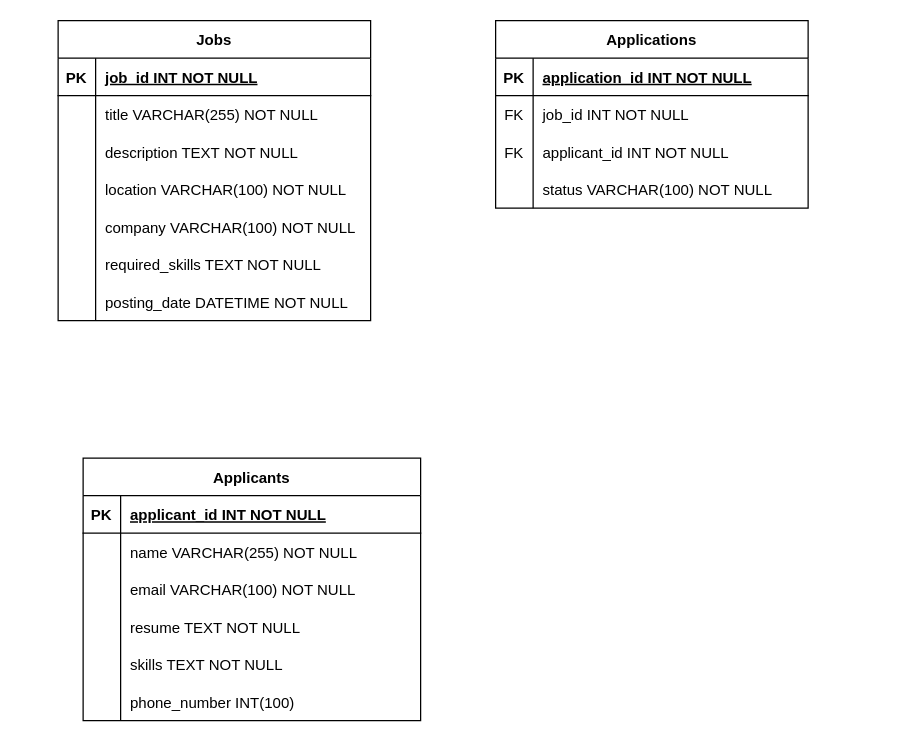
This is JobManagement.drawio from bhargav1997/Easy-Fill, a draw.io file, before an edit. Source tidied: cells renumbered, new cells numbered last; positions are measured from the earlier drawing's top-left corner, leaving out a move shared by most shapes. Both pictures are drawn from the tidied source at 125%, with x=0, y=0 at pixel (58, 20).
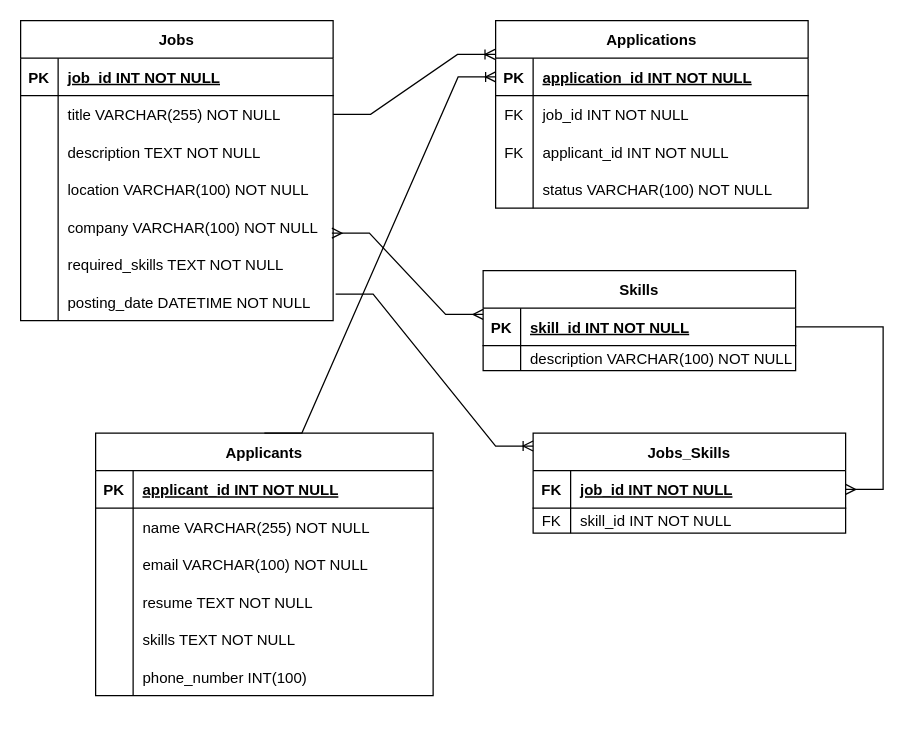
The same diagram, later.

Unchanged cells that the change refers to:
```xml
<mxCell id="6" style="shape=partialRectangle;fillColor=none;points=[[0,0.5],[1,0.5]];portConstraint=eastwest;top=0;left=0;right=0;bottom=0;" parent="2" vertex="1">
  <mxGeometry y="60" width="250" height="30" as="geometry" />
</mxCell>
<mxCell id="21" style="shape=partialRectangle;fillColor=none;points=[[0,0.5],[1,0.5]];portConstraint=eastwest;top=0;left=0;right=0;bottom=0;" parent="2" vertex="1">
  <mxGeometry y="210" width="250" height="30" as="geometry" />
</mxCell>
<mxCell id="44" style="shape=partialRectangle;fillColor=none;points=[[0,0.5],[1,0.5]];portConstraint=eastwest;top=0;left=0;right=0;bottom=1;" parent="43" vertex="1">
  <mxGeometry y="30" width="250" height="30" as="geometry" />
</mxCell>
```

The edit, as a diff of the source:
```diff
@@
     <mxCell id="2" value="Jobs" style="shape=table;startSize=30;childLayout=tableLayout;rowLines=0;fontStyle=1;align=center;" parent="1" vertex="1">
-      <mxGeometry width="250" height="240" as="geometry" />
+      <mxGeometry x="-30" width="250" height="240" as="geometry" />
     </mxCell>
@@
     <mxCell id="24" value="Applicants" style="shape=table;startSize=30;childLayout=tableLayout;rowLines=0;fontStyle=1;align=center;" parent="1" vertex="1">
-      <mxGeometry x="20" y="350" width="270" height="210" as="geometry" />
+      <mxGeometry x="30" y="330" width="270" height="210" as="geometry" />
     </mxCell>
@@
+    <mxCell id="56" style="edgeStyle=entityRelationEdgeStyle;fontSize=12;html=1;endArrow=ERoneToMany;rounded=0;exitX=0.5;exitY=0;exitDx=0;exitDy=0;entryX=0;entryY=0.5;entryDx=0;entryDy=0;" parent="1" edge="1" source="24" target="44">
+      <mxGeometry relative="1" as="geometry" />
+    </mxCell>
+    <mxCell id="57" value="Skills" style="shape=table;startSize=30;childLayout=tableLayout;rowLines=0;fontStyle=1;align=center;" parent="1" vertex="1">
+      <mxGeometry x="340" y="200" width="250" height="80" as="geometry" />
+    </mxCell>
+    <mxCell id="58" style="shape=partialRectangle;fillColor=none;points=[[0,0.5],[1,0.5]];portConstraint=eastwest;top=0;left=0;right=0;bottom=1;" parent="57" vertex="1">
+      <mxGeometry y="30" width="250" height="30" as="geometry" />
+    </mxCell>
+    <mxCell id="59" value="PK" style="shape=partialRectangle;overflow=hidden;fillColor=none;top=0;left=0;bottom=0;right=0;fontStyle=1;" parent="58" vertex="1">
+      <mxGeometry width="30" height="30" as="geometry" />
+    </mxCell>
+    <mxCell id="60" value="skill_id INT NOT NULL " style="shape=partialRectangle;overflow=hidden;fillColor=none;top=0;left=0;bottom=0;right=0;align=left;spacingLeft=6;fontStyle=5;" parent="58" vertex="1">
+      <mxGeometry x="30" width="220" height="30" as="geometry" />
+    </mxCell>
+    <mxCell id="61" style="shape=partialRectangle;fillColor=none;top=0;left=0;right=0;bottom=0;" parent="57" vertex="1">
+      <mxGeometry y="60" width="250" height="20" as="geometry" />
+    </mxCell>
+    <mxCell id="62" style="shape=partialRectangle;overflow=hidden;fillColor=none;top=0;left=0;bottom=0;right=0;" parent="61" vertex="1">
+      <mxGeometry width="30" height="20" as="geometry" />
+    </mxCell>
+    <mxCell id="63" value="description VARCHAR(100) NOT NULL" style="shape=partialRectangle;overflow=hidden;fillColor=none;top=0;left=0;bottom=0;right=0;align=left;spacingLeft=6;" parent="61" vertex="1">
+      <mxGeometry x="30" width="220" height="20" as="geometry" />
+    </mxCell>
+    <mxCell id="64" value="Jobs_Skills" style="shape=table;startSize=30;childLayout=tableLayout;rowLines=0;fontStyle=1;align=center;" parent="1" vertex="1">
+      <mxGeometry x="380" y="330" width="250" height="80" as="geometry" />
+    </mxCell>
+    <mxCell id="65" style="shape=partialRectangle;fillColor=none;points=[[0,0.5],[1,0.5]];portConstraint=eastwest;top=0;left=0;right=0;bottom=1;" parent="64" vertex="1">
+      <mxGeometry y="30" width="250" height="30" as="geometry" />
+    </mxCell>
+    <mxCell id="66" value="FK" style="shape=partialRectangle;overflow=hidden;fillColor=none;top=0;left=0;bottom=0;right=0;fontStyle=1;" parent="65" vertex="1">
+      <mxGeometry width="30" height="30" as="geometry" />
+    </mxCell>
+    <mxCell id="67" value="job_id INT NOT NULL " style="shape=partialRectangle;overflow=hidden;fillColor=none;top=0;left=0;bottom=0;right=0;align=left;spacingLeft=6;fontStyle=5;" parent="65" vertex="1">
+      <mxGeometry x="30" width="220" height="30" as="geometry" />
+    </mxCell>
+    <mxCell id="68" style="shape=partialRectangle;fillColor=none;top=0;left=0;right=0;bottom=0;" parent="64" vertex="1">
+      <mxGeometry y="60" width="250" height="20" as="geometry" />
+    </mxCell>
+    <mxCell id="69" value="FK" style="shape=partialRectangle;overflow=hidden;fillColor=none;top=0;left=0;bottom=0;right=0;" parent="68" vertex="1">
+      <mxGeometry width="30" height="20" as="geometry" />
+    </mxCell>
+    <mxCell id="70" value="skill_id INT NOT NULL" style="shape=partialRectangle;overflow=hidden;fillColor=none;top=0;left=0;bottom=0;right=0;align=left;spacingLeft=6;" parent="68" vertex="1">
+      <mxGeometry x="30" width="220" height="20" as="geometry" />
+    </mxCell>
+    <mxCell id="71" style="edgeStyle=entityRelationEdgeStyle;fontSize=12;html=1;endArrow=ERoneToMany;rounded=0;entryX=-0.002;entryY=-0.1;entryDx=0;entryDy=0;entryPerimeter=0;" parent="1" edge="1" source="6" target="44">
+      <mxGeometry relative="1" as="geometry" />
+    </mxCell>
+    <mxCell id="72" style="edgeStyle=entityRelationEdgeStyle;fontSize=12;html=1;endArrow=ERmany;startArrow=ERmany;rounded=0;exitX=1;exitY=0.5;exitDx=0;exitDy=0;entryX=0.004;entryY=0.001;entryDx=0;entryDy=0;entryPerimeter=0;" parent="1" edge="1">
+      <mxGeometry relative="1" as="geometry">
+        <mxPoint x="219" y="170" as="sourcePoint" />
+        <mxPoint x="340" y="235" as="targetPoint" />
+        <Array as="points">
+          <mxPoint x="329" y="235" />
+        </Array>
+      </mxGeometry>
+    </mxCell>
+    <mxCell id="73" style="edgeStyle=entityRelationEdgeStyle;fontSize=12;html=1;endArrow=ERoneToMany;rounded=0;exitX=1.008;exitY=0.293;exitDx=0;exitDy=0;exitPerimeter=0;entryX=0;entryY=0.129;entryDx=0;entryDy=0;entryPerimeter=0;" parent="1" edge="1" source="21" target="64">
+      <mxGeometry relative="1" as="geometry" />
+    </mxCell>
+    <mxCell id="74" style="edgeStyle=entityRelationEdgeStyle;fontSize=12;html=1;endArrow=ERmany;rounded=0;exitX=1;exitY=0.5;exitDx=0;exitDy=0;" parent="1" edge="1" source="58" target="65">
+      <mxGeometry relative="1" as="geometry" />
+    </mxCell>
```
